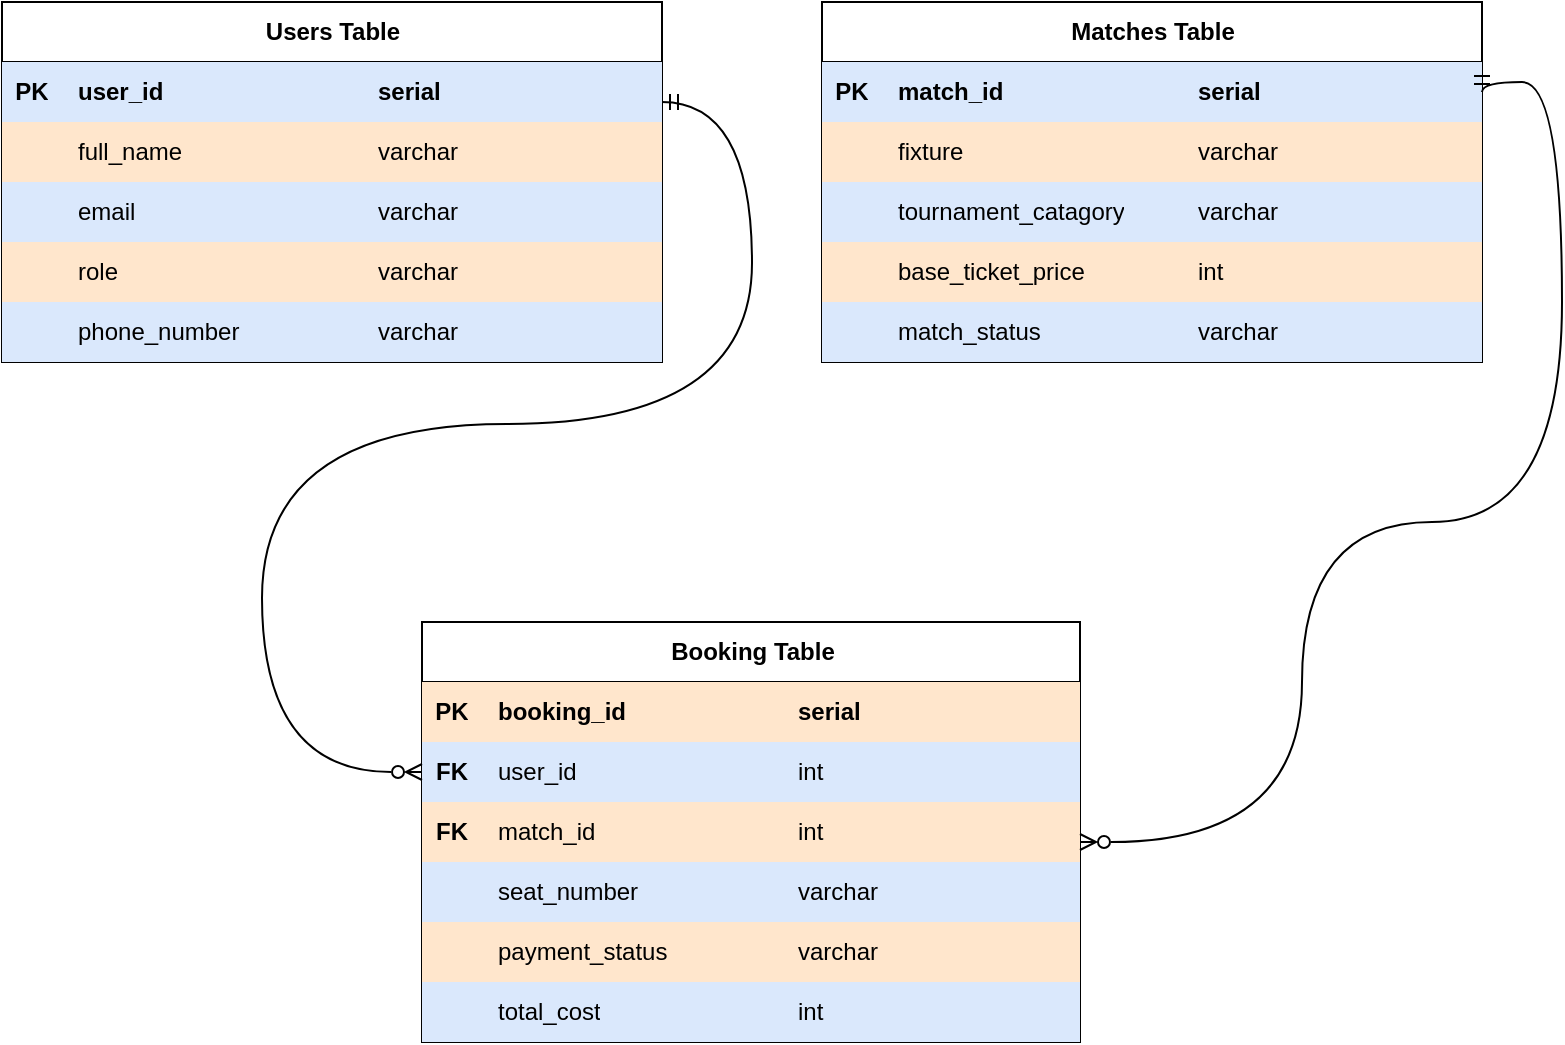
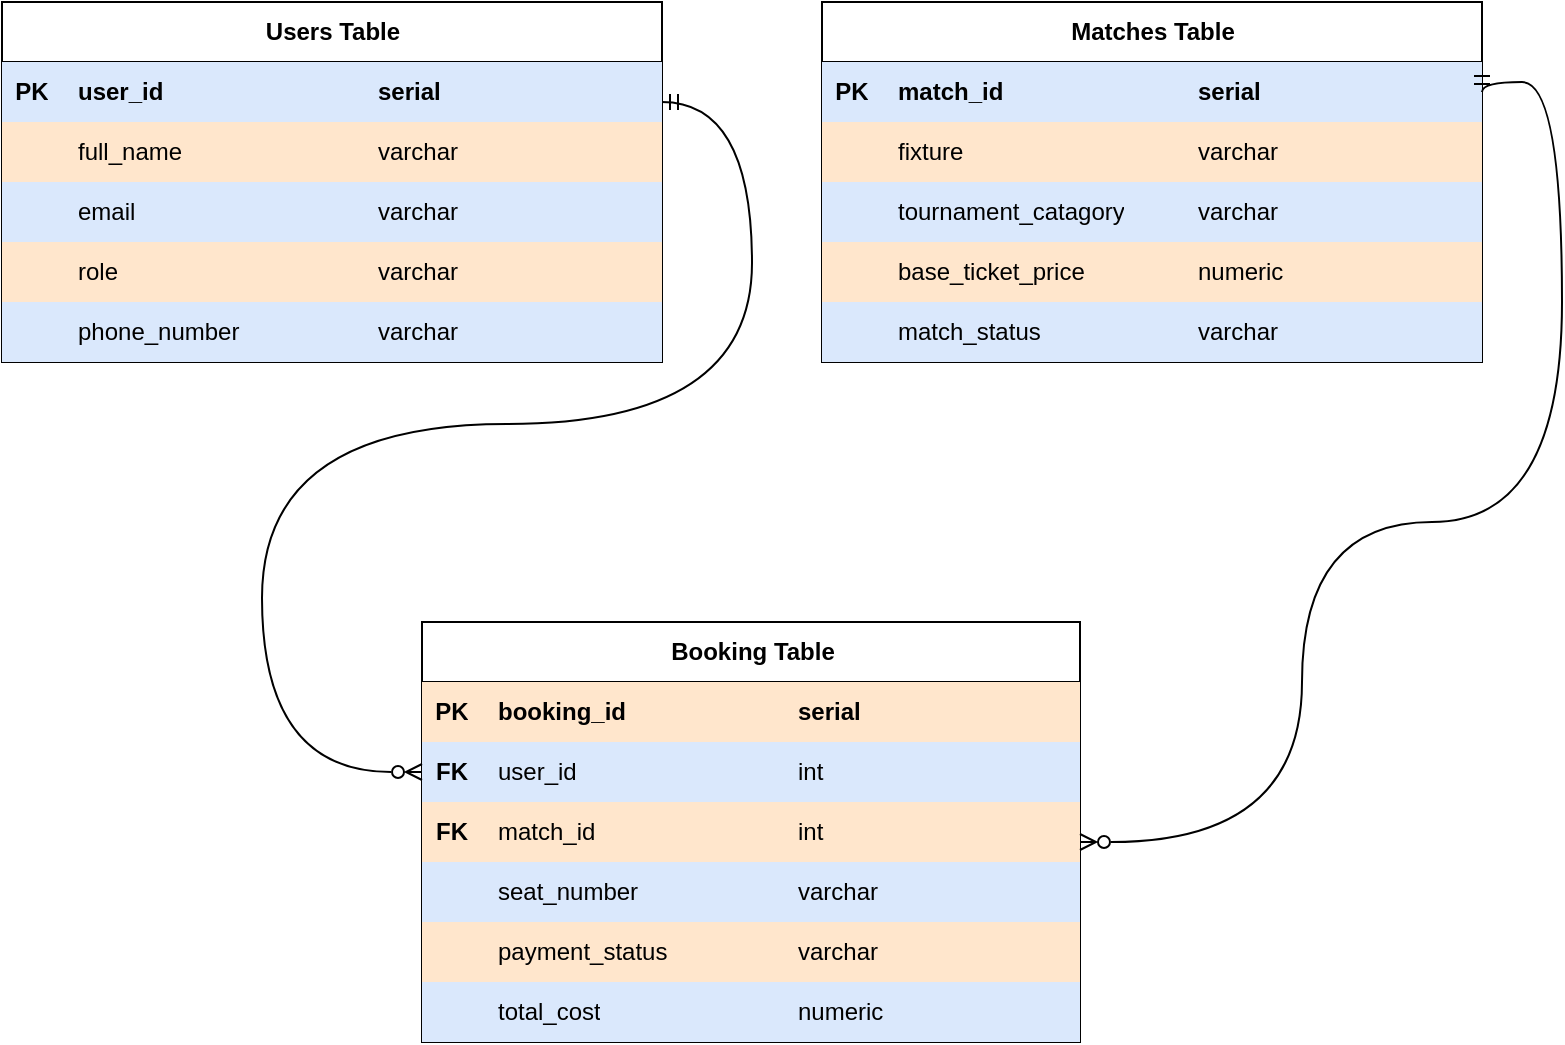
<mxfile host="Electron">
  <diagram name="Page-1" id="TMXMhbgwVigvZCIa0tle">
    <mxGraphModel dx="909" dy="661" grid="1" gridSize="10" guides="1" tooltips="1" connect="1" arrows="1" fold="1" page="1" pageScale="1" pageWidth="827" pageHeight="1169" math="0" shadow="0">
      <root>
        <mxCell id="0" />
        <mxCell id="1" parent="0" />
        <mxCell id="HyFgNeN3jaJCmMXdGxgQ-1" parent="1" style="shape=table;startSize=30;container=1;collapsible=1;childLayout=tableLayout;fixedRows=1;rowLines=0;fontStyle=1;align=center;resizeLast=1;html=1;swimlaneLine=1;rounded=0;swimlaneFillColor=none;" value="Users Table" vertex="1">
          <mxGeometry height="180" width="330" x="40" y="40" as="geometry" />
        </mxCell>
        <mxCell id="HyFgNeN3jaJCmMXdGxgQ-79" parent="HyFgNeN3jaJCmMXdGxgQ-1" style="shape=tableRow;horizontal=0;startSize=0;swimlaneHead=0;swimlaneBody=0;fillColor=#dae8fc;collapsible=0;dropTarget=0;points=[[0,0.5],[1,0.5]];portConstraint=eastwest;top=0;left=0;right=0;bottom=0;strokeColor=#6c8ebf;" vertex="1">
          <mxGeometry height="30" width="330" y="30" as="geometry" />
        </mxCell>
        <mxCell id="HyFgNeN3jaJCmMXdGxgQ-80" parent="HyFgNeN3jaJCmMXdGxgQ-79" style="shape=partialRectangle;connectable=0;fillColor=none;top=0;left=0;bottom=0;right=0;editable=1;overflow=hidden;whiteSpace=wrap;html=1;dashed=1;dashPattern=8 8;" value="&lt;b&gt;PK&lt;/b&gt;" vertex="1">
          <mxGeometry height="30" width="30" as="geometry">
            <mxRectangle height="30" width="30" as="alternateBounds" />
          </mxGeometry>
        </mxCell>
        <mxCell id="HyFgNeN3jaJCmMXdGxgQ-81" parent="HyFgNeN3jaJCmMXdGxgQ-79" style="shape=partialRectangle;connectable=0;fillColor=none;top=0;left=0;bottom=0;right=0;align=left;spacingLeft=6;overflow=hidden;whiteSpace=wrap;html=1;" value="&lt;b&gt;user_id&lt;/b&gt;" vertex="1">
          <mxGeometry height="30" width="150" x="30" as="geometry">
            <mxRectangle height="30" width="150" as="alternateBounds" />
          </mxGeometry>
        </mxCell>
        <mxCell id="HyFgNeN3jaJCmMXdGxgQ-82" parent="HyFgNeN3jaJCmMXdGxgQ-79" style="shape=partialRectangle;connectable=0;fillColor=none;top=0;left=0;bottom=0;right=0;align=left;spacingLeft=6;overflow=hidden;whiteSpace=wrap;html=1;" value="&lt;b&gt;serial&lt;/b&gt;" vertex="1">
          <mxGeometry height="30" width="150" x="180" as="geometry">
            <mxRectangle height="30" width="150" as="alternateBounds" />
          </mxGeometry>
        </mxCell>
        <mxCell id="HyFgNeN3jaJCmMXdGxgQ-5" parent="HyFgNeN3jaJCmMXdGxgQ-1" style="shape=tableRow;horizontal=0;startSize=0;swimlaneHead=0;swimlaneBody=0;fillColor=#ffe6cc;collapsible=0;dropTarget=0;points=[[0,0.5],[1,0.5]];portConstraint=eastwest;top=0;left=0;right=0;bottom=0;strokeColor=#d79b00;" value="" vertex="1">
          <mxGeometry height="30" width="330" y="60" as="geometry" />
        </mxCell>
        <mxCell id="HyFgNeN3jaJCmMXdGxgQ-6" parent="HyFgNeN3jaJCmMXdGxgQ-5" style="shape=partialRectangle;connectable=0;fillColor=none;top=0;left=0;bottom=0;right=0;editable=1;overflow=hidden;whiteSpace=wrap;html=1;dashed=1;dashPattern=8 8;" value="" vertex="1">
          <mxGeometry height="30" width="30" as="geometry">
            <mxRectangle height="30" width="30" as="alternateBounds" />
          </mxGeometry>
        </mxCell>
        <mxCell id="HyFgNeN3jaJCmMXdGxgQ-7" parent="HyFgNeN3jaJCmMXdGxgQ-5" style="shape=partialRectangle;connectable=0;fillColor=none;top=0;left=0;bottom=0;right=0;align=left;spacingLeft=6;overflow=hidden;whiteSpace=wrap;html=1;" value="full_name" vertex="1">
          <mxGeometry height="30" width="150" x="30" as="geometry">
            <mxRectangle height="30" width="150" as="alternateBounds" />
          </mxGeometry>
        </mxCell>
        <mxCell id="HyFgNeN3jaJCmMXdGxgQ-15" parent="HyFgNeN3jaJCmMXdGxgQ-5" style="shape=partialRectangle;connectable=0;fillColor=none;top=0;left=0;bottom=0;right=0;align=left;spacingLeft=6;overflow=hidden;whiteSpace=wrap;html=1;" value="varchar" vertex="1">
          <mxGeometry height="30" width="150" x="180" as="geometry">
            <mxRectangle height="30" width="150" as="alternateBounds" />
          </mxGeometry>
        </mxCell>
        <mxCell id="HyFgNeN3jaJCmMXdGxgQ-8" parent="HyFgNeN3jaJCmMXdGxgQ-1" style="shape=tableRow;horizontal=0;startSize=0;swimlaneHead=0;swimlaneBody=0;fillColor=#dae8fc;collapsible=0;dropTarget=0;points=[[0,0.5],[1,0.5]];portConstraint=eastwest;top=0;left=0;right=0;bottom=0;strokeColor=#6c8ebf;" value="" vertex="1">
          <mxGeometry height="30" width="330" y="90" as="geometry" />
        </mxCell>
        <mxCell id="HyFgNeN3jaJCmMXdGxgQ-9" parent="HyFgNeN3jaJCmMXdGxgQ-8" style="shape=partialRectangle;connectable=0;fillColor=none;top=0;left=0;bottom=0;right=0;editable=1;overflow=hidden;whiteSpace=wrap;html=1;" value="" vertex="1">
          <mxGeometry height="30" width="30" as="geometry">
            <mxRectangle height="30" width="30" as="alternateBounds" />
          </mxGeometry>
        </mxCell>
        <mxCell id="HyFgNeN3jaJCmMXdGxgQ-10" parent="HyFgNeN3jaJCmMXdGxgQ-8" style="shape=partialRectangle;connectable=0;fillColor=none;top=0;left=0;bottom=0;right=0;align=left;spacingLeft=6;overflow=hidden;whiteSpace=wrap;html=1;" value="email&lt;span style=&quot;white-space: pre;&quot;&gt;&#x9;&lt;/span&gt;" vertex="1">
          <mxGeometry height="30" width="150" x="30" as="geometry">
            <mxRectangle height="30" width="150" as="alternateBounds" />
          </mxGeometry>
        </mxCell>
        <mxCell id="HyFgNeN3jaJCmMXdGxgQ-16" parent="HyFgNeN3jaJCmMXdGxgQ-8" style="shape=partialRectangle;connectable=0;fillColor=none;top=0;left=0;bottom=0;right=0;align=left;spacingLeft=6;overflow=hidden;whiteSpace=wrap;html=1;" value="varchar" vertex="1">
          <mxGeometry height="30" width="150" x="180" as="geometry">
            <mxRectangle height="30" width="150" as="alternateBounds" />
          </mxGeometry>
        </mxCell>
        <mxCell id="HyFgNeN3jaJCmMXdGxgQ-11" parent="HyFgNeN3jaJCmMXdGxgQ-1" style="shape=tableRow;horizontal=0;startSize=0;swimlaneHead=0;swimlaneBody=0;fillColor=#ffe6cc;collapsible=0;dropTarget=0;points=[[0,0.5],[1,0.5]];portConstraint=eastwest;top=0;left=0;right=0;bottom=0;strokeColor=#d79b00;" value="" vertex="1">
          <mxGeometry height="30" width="330" y="120" as="geometry" />
        </mxCell>
        <mxCell id="HyFgNeN3jaJCmMXdGxgQ-12" parent="HyFgNeN3jaJCmMXdGxgQ-11" style="shape=partialRectangle;connectable=0;fillColor=none;top=0;left=0;bottom=0;right=0;editable=1;overflow=hidden;whiteSpace=wrap;html=1;" value="" vertex="1">
          <mxGeometry height="30" width="30" as="geometry">
            <mxRectangle height="30" width="30" as="alternateBounds" />
          </mxGeometry>
        </mxCell>
        <mxCell id="HyFgNeN3jaJCmMXdGxgQ-13" parent="HyFgNeN3jaJCmMXdGxgQ-11" style="shape=partialRectangle;connectable=0;fillColor=none;top=0;left=0;bottom=0;right=0;align=left;spacingLeft=6;overflow=hidden;whiteSpace=wrap;html=1;" value="role" vertex="1">
          <mxGeometry height="30" width="150" x="30" as="geometry">
            <mxRectangle height="30" width="150" as="alternateBounds" />
          </mxGeometry>
        </mxCell>
        <mxCell id="HyFgNeN3jaJCmMXdGxgQ-17" parent="HyFgNeN3jaJCmMXdGxgQ-11" style="shape=partialRectangle;connectable=0;fillColor=none;top=0;left=0;bottom=0;right=0;align=left;spacingLeft=6;overflow=hidden;whiteSpace=wrap;html=1;" value="varchar" vertex="1">
          <mxGeometry height="30" width="150" x="180" as="geometry">
            <mxRectangle height="30" width="150" as="alternateBounds" />
          </mxGeometry>
        </mxCell>
        <mxCell id="HyFgNeN3jaJCmMXdGxgQ-18" parent="HyFgNeN3jaJCmMXdGxgQ-1" style="shape=tableRow;horizontal=0;startSize=0;swimlaneHead=0;swimlaneBody=0;fillColor=#dae8fc;collapsible=0;dropTarget=0;points=[[0,0.5],[1,0.5]];portConstraint=eastwest;top=0;left=0;right=0;bottom=0;strokeColor=#6c8ebf;" vertex="1">
          <mxGeometry height="30" width="330" y="150" as="geometry" />
        </mxCell>
        <mxCell id="HyFgNeN3jaJCmMXdGxgQ-19" parent="HyFgNeN3jaJCmMXdGxgQ-18" style="shape=partialRectangle;connectable=0;fillColor=none;top=0;left=0;bottom=0;right=0;editable=1;overflow=hidden;whiteSpace=wrap;html=1;" vertex="1">
          <mxGeometry height="30" width="30" as="geometry">
            <mxRectangle height="30" width="30" as="alternateBounds" />
          </mxGeometry>
        </mxCell>
        <mxCell id="HyFgNeN3jaJCmMXdGxgQ-20" parent="HyFgNeN3jaJCmMXdGxgQ-18" style="shape=partialRectangle;connectable=0;fillColor=none;top=0;left=0;bottom=0;right=0;align=left;spacingLeft=6;overflow=hidden;whiteSpace=wrap;html=1;" value="phone_number&lt;span style=&quot;white-space: pre;&quot;&gt;&#x9;&lt;/span&gt;" vertex="1">
          <mxGeometry height="30" width="150" x="30" as="geometry">
            <mxRectangle height="30" width="150" as="alternateBounds" />
          </mxGeometry>
        </mxCell>
        <mxCell id="HyFgNeN3jaJCmMXdGxgQ-21" parent="HyFgNeN3jaJCmMXdGxgQ-18" style="shape=partialRectangle;connectable=0;fillColor=none;top=0;left=0;bottom=0;right=0;align=left;spacingLeft=6;overflow=hidden;whiteSpace=wrap;html=1;" value="varchar" vertex="1">
          <mxGeometry height="30" width="150" x="180" as="geometry">
            <mxRectangle height="30" width="150" as="alternateBounds" />
          </mxGeometry>
        </mxCell>
        <mxCell id="HyFgNeN3jaJCmMXdGxgQ-22" parent="1" style="shape=table;startSize=30;container=1;collapsible=1;childLayout=tableLayout;fixedRows=1;rowLines=0;fontStyle=1;align=center;resizeLast=1;html=1;" value="Matches Table" vertex="1">
          <mxGeometry height="180" width="330" x="450" y="40" as="geometry" />
        </mxCell>
        <mxCell id="HyFgNeN3jaJCmMXdGxgQ-75" parent="HyFgNeN3jaJCmMXdGxgQ-22" style="shape=tableRow;horizontal=0;startSize=0;swimlaneHead=0;swimlaneBody=0;fillColor=#dae8fc;collapsible=0;dropTarget=0;points=[[0,0.5],[1,0.5]];portConstraint=eastwest;top=0;left=0;right=0;bottom=0;strokeColor=#6c8ebf;" vertex="1">
          <mxGeometry height="30" width="330" y="30" as="geometry" />
        </mxCell>
        <mxCell id="HyFgNeN3jaJCmMXdGxgQ-76" parent="HyFgNeN3jaJCmMXdGxgQ-75" style="shape=partialRectangle;connectable=0;fillColor=none;top=0;left=0;bottom=0;right=0;editable=1;overflow=hidden;whiteSpace=wrap;html=1;dashed=1;dashPattern=8 8;" value="&lt;b&gt;PK&lt;/b&gt;" vertex="1">
          <mxGeometry height="30" width="30" as="geometry">
            <mxRectangle height="30" width="30" as="alternateBounds" />
          </mxGeometry>
        </mxCell>
        <mxCell id="HyFgNeN3jaJCmMXdGxgQ-77" parent="HyFgNeN3jaJCmMXdGxgQ-75" style="shape=partialRectangle;connectable=0;fillColor=none;top=0;left=0;bottom=0;right=0;align=left;spacingLeft=6;overflow=hidden;whiteSpace=wrap;html=1;" value="&lt;b&gt;match_id&lt;span style=&quot;white-space: pre;&quot;&gt;&#x9;&lt;/span&gt;&lt;/b&gt;" vertex="1">
          <mxGeometry height="30" width="150" x="30" as="geometry">
            <mxRectangle height="30" width="150" as="alternateBounds" />
          </mxGeometry>
        </mxCell>
        <mxCell id="HyFgNeN3jaJCmMXdGxgQ-78" parent="HyFgNeN3jaJCmMXdGxgQ-75" style="shape=partialRectangle;connectable=0;fillColor=none;top=0;left=0;bottom=0;right=0;align=left;spacingLeft=6;overflow=hidden;whiteSpace=wrap;html=1;" value="&lt;b&gt;serial&lt;/b&gt;" vertex="1">
          <mxGeometry height="30" width="150" x="180" as="geometry">
            <mxRectangle height="30" width="150" as="alternateBounds" />
          </mxGeometry>
        </mxCell>
        <mxCell id="HyFgNeN3jaJCmMXdGxgQ-27" parent="HyFgNeN3jaJCmMXdGxgQ-22" style="shape=tableRow;horizontal=0;startSize=0;swimlaneHead=0;swimlaneBody=0;fillColor=#ffe6cc;collapsible=0;dropTarget=0;points=[[0,0.5],[1,0.5]];portConstraint=eastwest;top=0;left=0;right=0;bottom=0;strokeColor=#d79b00;" value="" vertex="1">
          <mxGeometry height="30" width="330" y="60" as="geometry" />
        </mxCell>
        <mxCell id="HyFgNeN3jaJCmMXdGxgQ-28" parent="HyFgNeN3jaJCmMXdGxgQ-27" style="shape=partialRectangle;connectable=0;fillColor=none;top=0;left=0;bottom=0;right=0;editable=1;overflow=hidden;whiteSpace=wrap;html=1;dashed=1;dashPattern=8 8;" value="" vertex="1">
          <mxGeometry height="30" width="30" as="geometry">
            <mxRectangle height="30" width="30" as="alternateBounds" />
          </mxGeometry>
        </mxCell>
        <mxCell id="HyFgNeN3jaJCmMXdGxgQ-29" parent="HyFgNeN3jaJCmMXdGxgQ-27" style="shape=partialRectangle;connectable=0;fillColor=none;top=0;left=0;bottom=0;right=0;align=left;spacingLeft=6;overflow=hidden;whiteSpace=wrap;html=1;" value="fixture" vertex="1">
          <mxGeometry height="30" width="150" x="30" as="geometry">
            <mxRectangle height="30" width="150" as="alternateBounds" />
          </mxGeometry>
        </mxCell>
        <mxCell id="HyFgNeN3jaJCmMXdGxgQ-30" parent="HyFgNeN3jaJCmMXdGxgQ-27" style="shape=partialRectangle;connectable=0;fillColor=none;top=0;left=0;bottom=0;right=0;align=left;spacingLeft=6;overflow=hidden;whiteSpace=wrap;html=1;" value="varchar" vertex="1">
          <mxGeometry height="30" width="150" x="180" as="geometry">
            <mxRectangle height="30" width="150" as="alternateBounds" />
          </mxGeometry>
        </mxCell>
        <mxCell id="HyFgNeN3jaJCmMXdGxgQ-31" parent="HyFgNeN3jaJCmMXdGxgQ-22" style="shape=tableRow;horizontal=0;startSize=0;swimlaneHead=0;swimlaneBody=0;fillColor=#dae8fc;collapsible=0;dropTarget=0;points=[[0,0.5],[1,0.5]];portConstraint=eastwest;top=0;left=0;right=0;bottom=0;strokeColor=#6c8ebf;" value="" vertex="1">
          <mxGeometry height="30" width="330" y="90" as="geometry" />
        </mxCell>
        <mxCell id="HyFgNeN3jaJCmMXdGxgQ-32" parent="HyFgNeN3jaJCmMXdGxgQ-31" style="shape=partialRectangle;connectable=0;fillColor=none;top=0;left=0;bottom=0;right=0;editable=1;overflow=hidden;whiteSpace=wrap;html=1;" value="" vertex="1">
          <mxGeometry height="30" width="30" as="geometry">
            <mxRectangle height="30" width="30" as="alternateBounds" />
          </mxGeometry>
        </mxCell>
        <mxCell id="HyFgNeN3jaJCmMXdGxgQ-33" parent="HyFgNeN3jaJCmMXdGxgQ-31" style="shape=partialRectangle;connectable=0;fillColor=none;top=0;left=0;bottom=0;right=0;align=left;spacingLeft=6;overflow=hidden;whiteSpace=wrap;html=1;" value="tournament_catagory" vertex="1">
          <mxGeometry height="30" width="150" x="30" as="geometry">
            <mxRectangle height="30" width="150" as="alternateBounds" />
          </mxGeometry>
        </mxCell>
        <mxCell id="HyFgNeN3jaJCmMXdGxgQ-34" parent="HyFgNeN3jaJCmMXdGxgQ-31" style="shape=partialRectangle;connectable=0;fillColor=none;top=0;left=0;bottom=0;right=0;align=left;spacingLeft=6;overflow=hidden;whiteSpace=wrap;html=1;" value="varchar" vertex="1">
          <mxGeometry height="30" width="150" x="180" as="geometry">
            <mxRectangle height="30" width="150" as="alternateBounds" />
          </mxGeometry>
        </mxCell>
        <mxCell id="HyFgNeN3jaJCmMXdGxgQ-35" parent="HyFgNeN3jaJCmMXdGxgQ-22" style="shape=tableRow;horizontal=0;startSize=0;swimlaneHead=0;swimlaneBody=0;fillColor=#ffe6cc;collapsible=0;dropTarget=0;points=[[0,0.5],[1,0.5]];portConstraint=eastwest;top=0;left=0;right=0;bottom=0;strokeColor=#d79b00;" value="" vertex="1">
          <mxGeometry height="30" width="330" y="120" as="geometry" />
        </mxCell>
        <mxCell id="HyFgNeN3jaJCmMXdGxgQ-36" parent="HyFgNeN3jaJCmMXdGxgQ-35" style="shape=partialRectangle;connectable=0;fillColor=none;top=0;left=0;bottom=0;right=0;editable=1;overflow=hidden;whiteSpace=wrap;html=1;" value="" vertex="1">
          <mxGeometry height="30" width="30" as="geometry">
            <mxRectangle height="30" width="30" as="alternateBounds" />
          </mxGeometry>
        </mxCell>
        <mxCell id="HyFgNeN3jaJCmMXdGxgQ-37" parent="HyFgNeN3jaJCmMXdGxgQ-35" style="shape=partialRectangle;connectable=0;fillColor=none;top=0;left=0;bottom=0;right=0;align=left;spacingLeft=6;overflow=hidden;whiteSpace=wrap;html=1;" value="base_ticket_price" vertex="1">
          <mxGeometry height="30" width="150" x="30" as="geometry">
            <mxRectangle height="30" width="150" as="alternateBounds" />
          </mxGeometry>
        </mxCell>
-         <mxCell id="HyFgNeN3jaJCmMXdGxgQ-38" parent="HyFgNeN3jaJCmMXdGxgQ-35" style="shape=partialRectangle;connectable=0;fillColor=none;top=0;left=0;bottom=0;right=0;align=left;spacingLeft=6;overflow=hidden;whiteSpace=wrap;html=1;" value="int" vertex="1">
+         <mxCell id="HyFgNeN3jaJCmMXdGxgQ-38" parent="HyFgNeN3jaJCmMXdGxgQ-35" style="shape=partialRectangle;connectable=0;fillColor=none;top=0;left=0;bottom=0;right=0;align=left;spacingLeft=6;overflow=hidden;whiteSpace=wrap;html=1;" value="numeric" vertex="1">
          <mxGeometry height="30" width="150" x="180" as="geometry">
            <mxRectangle height="30" width="150" as="alternateBounds" />
          </mxGeometry>
        </mxCell>
        <mxCell id="HyFgNeN3jaJCmMXdGxgQ-39" parent="HyFgNeN3jaJCmMXdGxgQ-22" style="shape=tableRow;horizontal=0;startSize=0;swimlaneHead=0;swimlaneBody=0;fillColor=#dae8fc;collapsible=0;dropTarget=0;points=[[0,0.5],[1,0.5]];portConstraint=eastwest;top=0;left=0;right=0;bottom=0;strokeColor=#6c8ebf;" vertex="1">
          <mxGeometry height="30" width="330" y="150" as="geometry" />
        </mxCell>
        <mxCell id="HyFgNeN3jaJCmMXdGxgQ-40" parent="HyFgNeN3jaJCmMXdGxgQ-39" style="shape=partialRectangle;connectable=0;fillColor=none;top=0;left=0;bottom=0;right=0;editable=1;overflow=hidden;whiteSpace=wrap;html=1;" vertex="1">
          <mxGeometry height="30" width="30" as="geometry">
            <mxRectangle height="30" width="30" as="alternateBounds" />
          </mxGeometry>
        </mxCell>
        <mxCell id="HyFgNeN3jaJCmMXdGxgQ-41" parent="HyFgNeN3jaJCmMXdGxgQ-39" style="shape=partialRectangle;connectable=0;fillColor=none;top=0;left=0;bottom=0;right=0;align=left;spacingLeft=6;overflow=hidden;whiteSpace=wrap;html=1;" value="match_status" vertex="1">
          <mxGeometry height="30" width="150" x="30" as="geometry">
            <mxRectangle height="30" width="150" as="alternateBounds" />
          </mxGeometry>
        </mxCell>
        <mxCell id="HyFgNeN3jaJCmMXdGxgQ-42" parent="HyFgNeN3jaJCmMXdGxgQ-39" style="shape=partialRectangle;connectable=0;fillColor=none;top=0;left=0;bottom=0;right=0;align=left;spacingLeft=6;overflow=hidden;whiteSpace=wrap;html=1;" value="varchar" vertex="1">
          <mxGeometry height="30" width="150" x="180" as="geometry">
            <mxRectangle height="30" width="150" as="alternateBounds" />
          </mxGeometry>
        </mxCell>
        <mxCell id="HyFgNeN3jaJCmMXdGxgQ-50" parent="1" style="shape=table;startSize=30;container=1;collapsible=1;childLayout=tableLayout;fixedRows=1;rowLines=0;fontStyle=1;align=center;resizeLast=1;html=1;" value="Booking Table" vertex="1">
          <mxGeometry height="210" width="329" x="250" y="350" as="geometry" />
        </mxCell>
        <mxCell id="HyFgNeN3jaJCmMXdGxgQ-71" parent="HyFgNeN3jaJCmMXdGxgQ-50" style="shape=tableRow;horizontal=0;startSize=0;swimlaneHead=0;swimlaneBody=0;fillColor=#ffe6cc;collapsible=0;dropTarget=0;points=[[0,0.5],[1,0.5]];portConstraint=eastwest;top=0;left=0;right=0;bottom=0;swimlaneLine=1;rounded=0;strokeColor=#d79b00;" vertex="1">
          <mxGeometry height="30" width="329" y="30" as="geometry" />
        </mxCell>
        <mxCell id="HyFgNeN3jaJCmMXdGxgQ-72" parent="HyFgNeN3jaJCmMXdGxgQ-71" style="shape=partialRectangle;connectable=0;fillColor=none;top=0;left=0;bottom=0;right=0;editable=1;overflow=hidden;whiteSpace=wrap;html=1;dashed=1;dashPattern=8 8;" value="&lt;b&gt;PK&lt;/b&gt;" vertex="1">
          <mxGeometry height="30" width="30" as="geometry">
            <mxRectangle height="30" width="30" as="alternateBounds" />
          </mxGeometry>
        </mxCell>
        <mxCell id="HyFgNeN3jaJCmMXdGxgQ-73" parent="HyFgNeN3jaJCmMXdGxgQ-71" style="shape=partialRectangle;connectable=0;fillColor=#ffe6cc;top=0;left=0;bottom=0;right=0;align=left;spacingLeft=6;overflow=hidden;whiteSpace=wrap;html=1;strokeColor=#d79b00;" value="&lt;b&gt;booking_id&lt;/b&gt;" vertex="1">
          <mxGeometry height="30" width="150" x="30" as="geometry">
            <mxRectangle height="30" width="150" as="alternateBounds" />
          </mxGeometry>
        </mxCell>
        <mxCell id="HyFgNeN3jaJCmMXdGxgQ-74" parent="HyFgNeN3jaJCmMXdGxgQ-71" style="shape=partialRectangle;connectable=0;fillColor=none;top=0;left=0;bottom=0;right=0;align=left;spacingLeft=6;overflow=hidden;whiteSpace=wrap;html=1;" value="&lt;b&gt;serial&lt;/b&gt;" vertex="1">
          <mxGeometry height="30" width="149" x="180" as="geometry">
            <mxRectangle height="30" width="149" as="alternateBounds" />
          </mxGeometry>
        </mxCell>
        <mxCell id="HyFgNeN3jaJCmMXdGxgQ-55" parent="HyFgNeN3jaJCmMXdGxgQ-50" style="shape=tableRow;horizontal=0;startSize=0;swimlaneHead=0;swimlaneBody=0;fillColor=#dae8fc;collapsible=0;dropTarget=0;points=[[0,0.5],[1,0.5]];portConstraint=eastwest;top=0;left=0;right=0;bottom=0;strokeColor=#6c8ebf;" value="" vertex="1">
          <mxGeometry height="30" width="329" y="60" as="geometry" />
        </mxCell>
        <mxCell id="HyFgNeN3jaJCmMXdGxgQ-56" parent="HyFgNeN3jaJCmMXdGxgQ-55" style="shape=partialRectangle;connectable=0;fillColor=none;top=0;left=0;bottom=0;right=0;editable=1;overflow=hidden;whiteSpace=wrap;html=1;dashed=1;dashPattern=8 8;" value="&lt;b&gt;FK&lt;/b&gt;" vertex="1">
          <mxGeometry height="30" width="30" as="geometry">
            <mxRectangle height="30" width="30" as="alternateBounds" />
          </mxGeometry>
        </mxCell>
        <mxCell id="HyFgNeN3jaJCmMXdGxgQ-57" parent="HyFgNeN3jaJCmMXdGxgQ-55" style="shape=partialRectangle;connectable=0;fillColor=none;top=0;left=0;bottom=0;right=0;align=left;spacingLeft=6;overflow=hidden;whiteSpace=wrap;html=1;" value="user_id" vertex="1">
          <mxGeometry height="30" width="150" x="30" as="geometry">
            <mxRectangle height="30" width="150" as="alternateBounds" />
          </mxGeometry>
        </mxCell>
        <mxCell id="HyFgNeN3jaJCmMXdGxgQ-58" parent="HyFgNeN3jaJCmMXdGxgQ-55" style="shape=partialRectangle;connectable=0;fillColor=none;top=0;left=0;bottom=0;right=0;align=left;spacingLeft=6;overflow=hidden;whiteSpace=wrap;html=1;" value="int" vertex="1">
          <mxGeometry height="30" width="149" x="180" as="geometry">
            <mxRectangle height="30" width="149" as="alternateBounds" />
          </mxGeometry>
        </mxCell>
        <mxCell id="HyFgNeN3jaJCmMXdGxgQ-59" parent="HyFgNeN3jaJCmMXdGxgQ-50" style="shape=tableRow;horizontal=0;startSize=0;swimlaneHead=0;swimlaneBody=0;fillColor=#ffe6cc;collapsible=0;dropTarget=0;points=[[0,0.5],[1,0.5]];portConstraint=eastwest;top=0;left=0;right=0;bottom=0;strokeColor=#d79b00;" value="" vertex="1">
          <mxGeometry height="30" width="329" y="90" as="geometry" />
        </mxCell>
        <mxCell id="HyFgNeN3jaJCmMXdGxgQ-60" parent="HyFgNeN3jaJCmMXdGxgQ-59" style="shape=partialRectangle;connectable=0;fillColor=none;top=0;left=0;bottom=0;right=0;editable=1;overflow=hidden;whiteSpace=wrap;html=1;" value="&lt;b&gt;FK&lt;/b&gt;" vertex="1">
          <mxGeometry height="30" width="30" as="geometry">
            <mxRectangle height="30" width="30" as="alternateBounds" />
          </mxGeometry>
        </mxCell>
        <mxCell id="HyFgNeN3jaJCmMXdGxgQ-61" parent="HyFgNeN3jaJCmMXdGxgQ-59" style="shape=partialRectangle;connectable=0;fillColor=none;top=0;left=0;bottom=0;right=0;align=left;spacingLeft=6;overflow=hidden;whiteSpace=wrap;html=1;" value="match_id" vertex="1">
          <mxGeometry height="30" width="150" x="30" as="geometry">
            <mxRectangle height="30" width="150" as="alternateBounds" />
          </mxGeometry>
        </mxCell>
        <mxCell id="HyFgNeN3jaJCmMXdGxgQ-62" parent="HyFgNeN3jaJCmMXdGxgQ-59" style="shape=partialRectangle;connectable=0;fillColor=none;top=0;left=0;bottom=0;right=0;align=left;spacingLeft=6;overflow=hidden;whiteSpace=wrap;html=1;" value="int" vertex="1">
          <mxGeometry height="30" width="149" x="180" as="geometry">
            <mxRectangle height="30" width="149" as="alternateBounds" />
          </mxGeometry>
        </mxCell>
        <mxCell id="HyFgNeN3jaJCmMXdGxgQ-63" parent="HyFgNeN3jaJCmMXdGxgQ-50" style="shape=tableRow;horizontal=0;startSize=0;swimlaneHead=0;swimlaneBody=0;fillColor=#dae8fc;collapsible=0;dropTarget=0;points=[[0,0.5],[1,0.5]];portConstraint=eastwest;top=0;left=0;right=0;bottom=0;strokeColor=#6c8ebf;" value="" vertex="1">
          <mxGeometry height="30" width="329" y="120" as="geometry" />
        </mxCell>
        <mxCell id="HyFgNeN3jaJCmMXdGxgQ-64" parent="HyFgNeN3jaJCmMXdGxgQ-63" style="shape=partialRectangle;connectable=0;fillColor=none;top=0;left=0;bottom=0;right=0;editable=1;overflow=hidden;whiteSpace=wrap;html=1;" value="" vertex="1">
          <mxGeometry height="30" width="30" as="geometry">
            <mxRectangle height="30" width="30" as="alternateBounds" />
          </mxGeometry>
        </mxCell>
        <mxCell id="HyFgNeN3jaJCmMXdGxgQ-65" parent="HyFgNeN3jaJCmMXdGxgQ-63" style="shape=partialRectangle;connectable=0;fillColor=none;top=0;left=0;bottom=0;right=0;align=left;spacingLeft=6;overflow=hidden;whiteSpace=wrap;html=1;" value="seat_number" vertex="1">
          <mxGeometry height="30" width="150" x="30" as="geometry">
            <mxRectangle height="30" width="150" as="alternateBounds" />
          </mxGeometry>
        </mxCell>
        <mxCell id="HyFgNeN3jaJCmMXdGxgQ-66" parent="HyFgNeN3jaJCmMXdGxgQ-63" style="shape=partialRectangle;connectable=0;fillColor=none;top=0;left=0;bottom=0;right=0;align=left;spacingLeft=6;overflow=hidden;whiteSpace=wrap;html=1;" value="varchar" vertex="1">
          <mxGeometry height="30" width="149" x="180" as="geometry">
            <mxRectangle height="30" width="149" as="alternateBounds" />
          </mxGeometry>
        </mxCell>
        <mxCell id="HyFgNeN3jaJCmMXdGxgQ-67" parent="HyFgNeN3jaJCmMXdGxgQ-50" style="shape=tableRow;horizontal=0;startSize=0;swimlaneHead=0;swimlaneBody=0;fillColor=#ffe6cc;collapsible=0;dropTarget=0;points=[[0,0.5],[1,0.5]];portConstraint=eastwest;top=0;left=0;right=0;bottom=0;strokeColor=#d79b00;" vertex="1">
          <mxGeometry height="30" width="329" y="150" as="geometry" />
        </mxCell>
        <mxCell id="HyFgNeN3jaJCmMXdGxgQ-68" parent="HyFgNeN3jaJCmMXdGxgQ-67" style="shape=partialRectangle;connectable=0;fillColor=none;top=0;left=0;bottom=0;right=0;editable=1;overflow=hidden;whiteSpace=wrap;html=1;" vertex="1">
          <mxGeometry height="30" width="30" as="geometry">
            <mxRectangle height="30" width="30" as="alternateBounds" />
          </mxGeometry>
        </mxCell>
        <mxCell id="HyFgNeN3jaJCmMXdGxgQ-69" parent="HyFgNeN3jaJCmMXdGxgQ-67" style="shape=partialRectangle;connectable=0;fillColor=none;top=0;left=0;bottom=0;right=0;align=left;spacingLeft=6;overflow=hidden;whiteSpace=wrap;html=1;" value="payment_status" vertex="1">
          <mxGeometry height="30" width="150" x="30" as="geometry">
            <mxRectangle height="30" width="150" as="alternateBounds" />
          </mxGeometry>
        </mxCell>
        <mxCell id="HyFgNeN3jaJCmMXdGxgQ-70" parent="HyFgNeN3jaJCmMXdGxgQ-67" style="shape=partialRectangle;connectable=0;fillColor=none;top=0;left=0;bottom=0;right=0;align=left;spacingLeft=6;overflow=hidden;whiteSpace=wrap;html=1;" value="varchar" vertex="1">
          <mxGeometry height="30" width="149" x="180" as="geometry">
            <mxRectangle height="30" width="149" as="alternateBounds" />
          </mxGeometry>
        </mxCell>
        <mxCell id="HyFgNeN3jaJCmMXdGxgQ-83" parent="HyFgNeN3jaJCmMXdGxgQ-50" style="shape=tableRow;horizontal=0;startSize=0;swimlaneHead=0;swimlaneBody=0;fillColor=#dae8fc;collapsible=0;dropTarget=0;points=[[0,0.5],[1,0.5]];portConstraint=eastwest;top=0;left=0;right=0;bottom=0;strokeColor=#6c8ebf;" vertex="1">
          <mxGeometry height="30" width="329" y="180" as="geometry" />
        </mxCell>
        <mxCell id="HyFgNeN3jaJCmMXdGxgQ-84" parent="HyFgNeN3jaJCmMXdGxgQ-83" style="shape=partialRectangle;connectable=0;fillColor=none;top=0;left=0;bottom=0;right=0;editable=1;overflow=hidden;whiteSpace=wrap;html=1;" vertex="1">
          <mxGeometry height="30" width="30" as="geometry">
            <mxRectangle height="30" width="30" as="alternateBounds" />
          </mxGeometry>
        </mxCell>
        <mxCell id="HyFgNeN3jaJCmMXdGxgQ-85" parent="HyFgNeN3jaJCmMXdGxgQ-83" style="shape=partialRectangle;connectable=0;fillColor=none;top=0;left=0;bottom=0;right=0;align=left;spacingLeft=6;overflow=hidden;whiteSpace=wrap;html=1;" value="total_cost" vertex="1">
          <mxGeometry height="30" width="150" x="30" as="geometry">
            <mxRectangle height="30" width="150" as="alternateBounds" />
          </mxGeometry>
        </mxCell>
-         <mxCell id="HyFgNeN3jaJCmMXdGxgQ-86" parent="HyFgNeN3jaJCmMXdGxgQ-83" style="shape=partialRectangle;connectable=0;fillColor=none;top=0;left=0;bottom=0;right=0;align=left;spacingLeft=6;overflow=hidden;whiteSpace=wrap;html=1;" value="int" vertex="1">
+         <mxCell id="HyFgNeN3jaJCmMXdGxgQ-86" parent="HyFgNeN3jaJCmMXdGxgQ-83" style="shape=partialRectangle;connectable=0;fillColor=none;top=0;left=0;bottom=0;right=0;align=left;spacingLeft=6;overflow=hidden;whiteSpace=wrap;html=1;" value="numeric" vertex="1">
          <mxGeometry height="30" width="149" x="180" as="geometry">
            <mxRectangle height="30" width="149" as="alternateBounds" />
          </mxGeometry>
        </mxCell>
        <mxCell id="HyFgNeN3jaJCmMXdGxgQ-89" edge="1" parent="1" style="edgeStyle=orthogonalEdgeStyle;fontSize=12;html=1;endArrow=ERzeroToMany;rounded=0;entryX=0;entryY=0.5;entryDx=0;entryDy=0;curved=1;endFill=0;startArrow=ERmandOne;startFill=0;" target="HyFgNeN3jaJCmMXdGxgQ-55" value="">
          <mxGeometry height="100" relative="1" width="100" as="geometry">
            <Array as="points">
              <mxPoint x="415" y="90" />
              <mxPoint x="415" y="251" />
              <mxPoint x="170" y="251" />
              <mxPoint x="170" y="425" />
            </Array>
            <mxPoint x="370" y="90" as="sourcePoint" />
            <mxPoint x="470" y="-10" as="targetPoint" />
          </mxGeometry>
        </mxCell>
        <mxCell id="HyFgNeN3jaJCmMXdGxgQ-111" edge="1" parent="1" style="edgeStyle=orthogonalEdgeStyle;fontSize=12;html=1;endArrow=ERmandOne;rounded=0;entryX=1;entryY=0.5;entryDx=0;entryDy=0;curved=1;endFill=0;startArrow=ERzeroToMany;startFill=0;" target="HyFgNeN3jaJCmMXdGxgQ-75" value="">
          <mxGeometry height="100" relative="1" width="100" as="geometry">
            <Array as="points">
              <mxPoint x="690" y="460" />
              <mxPoint x="690" y="300" />
              <mxPoint x="820" y="300" />
              <mxPoint x="820" y="80" />
              <mxPoint x="780" y="80" />
            </Array>
            <mxPoint x="579" y="460" as="sourcePoint" />
            <mxPoint x="679" y="360" as="targetPoint" />
          </mxGeometry>
        </mxCell>
      </root>
    </mxGraphModel>
  </diagram>
</mxfile>
